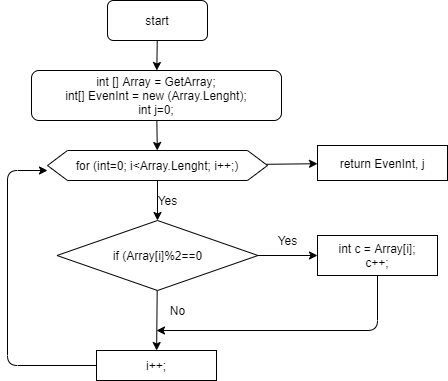
This is .drawio.png from anastasyaeg/TUSK, a draw.io export, as it was before one commit. Source tidied: cells renumbered, new cells last; positions are measured from the earlier drawing's top-left corner, leaving out a move shared by most shapes.
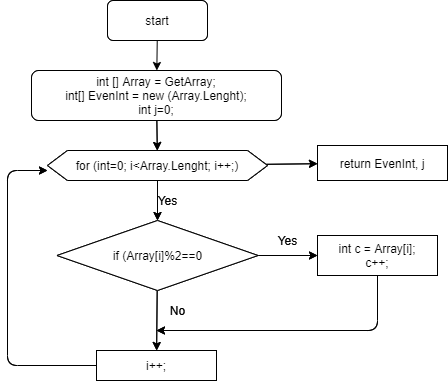
After the commit.

Diff of the diagram source:
```diff
@@ -67,5 +67,67 @@
     <mxCell id="19" value="Yes" style="text;html=1;align=center;verticalAlign=middle;strokeColor=none;" parent="1" vertex="1">
       <mxGeometry x="260" y="230" width="40" height="20" as="geometry" />
     </mxCell>
+    <mxCell id="20" value="start" style="rounded=1;whiteSpace=wrap;html=1;" parent="1" vertex="1">
+      <mxGeometry x="100" width="100" height="40" as="geometry" />
+    </mxCell>
+    <mxCell id="21" style="edgeStyle=none;html=1;" parent="1" edge="1" source="22" target="25">
+      <mxGeometry relative="1" as="geometry" />
+    </mxCell>
+    <mxCell id="22" value="int [] Array = GetArray;&lt;br&gt;int[] EvenInt = new (Array.Lenght);&lt;br&gt;int j=0;" style="whiteSpace=wrap;html=1;rounded=1;" parent="1" vertex="1">
+      <mxGeometry x="24" y="70" width="250" height="50" as="geometry" />
+    </mxCell>
+    <mxCell id="23" style="edgeStyle=none;html=1;" parent="1" edge="1" source="25" target="28">
+      <mxGeometry relative="1" as="geometry" />
+    </mxCell>
+    <mxCell id="24" style="edgeStyle=none;html=1;" parent="1" edge="1" source="25" target="30">
+      <mxGeometry relative="1" as="geometry" />
+    </mxCell>
+    <mxCell id="25" value="for (int=0; i&amp;lt;Array.Lenght; i++;)" style="shape=hexagon;perimeter=hexagonPerimeter2;whiteSpace=wrap;html=1;fixedSize=1;" parent="1" vertex="1">
+      <mxGeometry x="40" y="150" width="220" height="30" as="geometry" />
+    </mxCell>
+    <mxCell id="26" style="edgeStyle=none;html=1;" parent="1" edge="1" source="28" target="31">
+      <mxGeometry relative="1" as="geometry" />
+    </mxCell>
+    <mxCell id="27" style="edgeStyle=none;html=1;" parent="1" edge="1" source="28" target="34">
+      <mxGeometry relative="1" as="geometry" />
+    </mxCell>
+    <mxCell id="28" value="if (Array[i]%2==0" style="rhombus;whiteSpace=wrap;html=1;" parent="1" vertex="1">
+      <mxGeometry x="49.5" y="220" width="201" height="70" as="geometry" />
+    </mxCell>
+    <mxCell id="29" value="Yes" style="text;html=1;align=center;verticalAlign=middle;strokeColor=none;" parent="1" vertex="1">
+      <mxGeometry x="140" y="190" width="40" height="20" as="geometry" />
+    </mxCell>
+    <mxCell id="30" value="return EvenInt, j" style="whiteSpace=wrap;html=1;" parent="1" vertex="1">
+      <mxGeometry x="310" y="145" width="130" height="35" as="geometry" />
+    </mxCell>
+    <mxCell id="31" value="i++;" style="whiteSpace=wrap;html=1;" parent="1" vertex="1">
+      <mxGeometry x="89" y="350" width="120" height="30" as="geometry" />
+    </mxCell>
+    <mxCell id="32" style="endArrow=classic;html=1;exitX=0;exitY=0.5;exitDx=0;exitDy=0;" parent="1" edge="1" source="31">
+      <mxGeometry relative="1" as="geometry">
+        <mxPoint x="40" y="170" as="targetPoint" />
+        <Array as="points">
+          <mxPoint y="365" />
+          <mxPoint y="170" />
+        </Array>
+      </mxGeometry>
+    </mxCell>
+    <mxCell id="33" value="No" style="text;html=1;align=center;verticalAlign=middle;points=[];strokeColor=none;" parent="1" vertex="1">
+      <mxGeometry x="155" y="300" width="30" height="20" as="geometry" />
+    </mxCell>
+    <mxCell id="34" value="int c = Array[i];&lt;br&gt;c++;" style="whiteSpace=wrap;html=1;" parent="1" vertex="1">
+      <mxGeometry x="310" y="235" width="120" height="40" as="geometry" />
+    </mxCell>
+    <mxCell id="35" style="endArrow=classic;html=1;entryX=-0.2;entryY=1.5;entryDx=0;entryDy=0;entryPerimeter=0;" parent="1" edge="1" target="33">
+      <mxGeometry relative="1" as="geometry">
+        <mxPoint x="370" y="275" as="sourcePoint" />
+        <Array as="points">
+          <mxPoint x="370" y="330" />
+        </Array>
+      </mxGeometry>
+    </mxCell>
+    <mxCell id="36" value="Yes" style="text;html=1;align=center;verticalAlign=middle;strokeColor=none;" parent="1" vertex="1">
+      <mxGeometry x="260" y="230" width="40" height="20" as="geometry" />
+    </mxCell>
   </root>
 </mxGraphModel>
```
